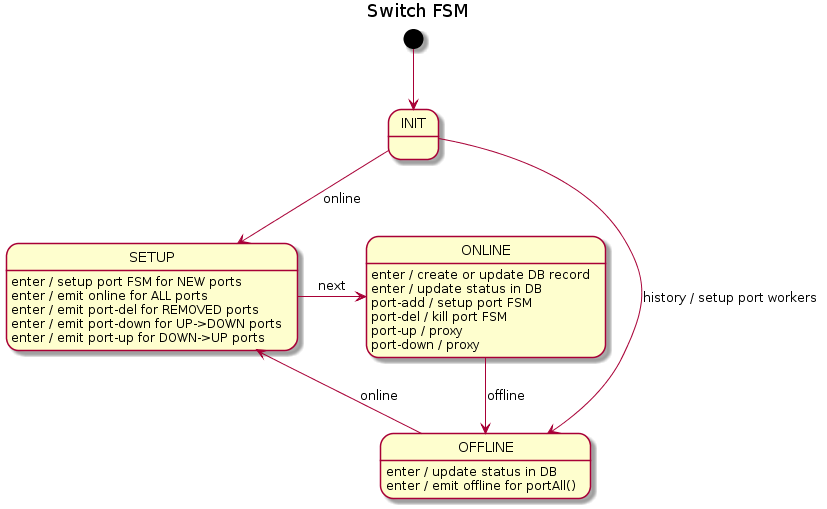
This is docs/design/network-discovery/switch-FSM.png from telstra/open-kilda, a PlantUML export, as it was before one commit.
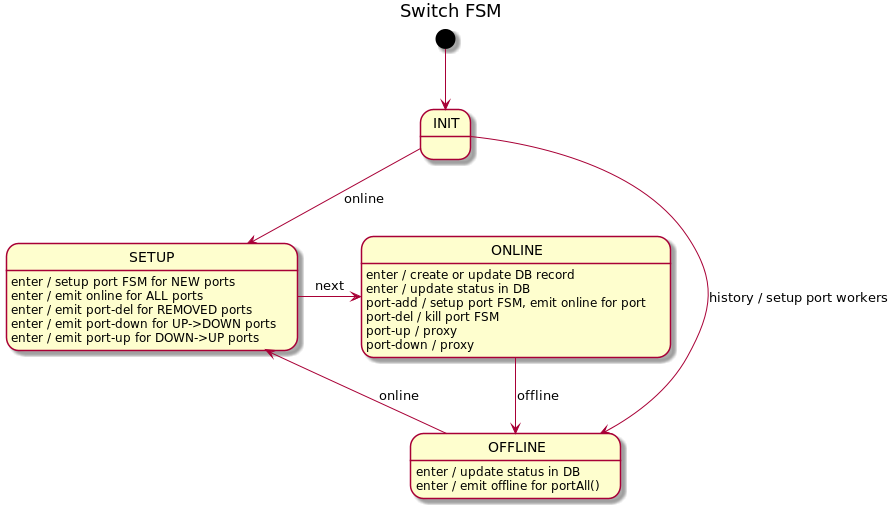
The same diagram one commit later.

The edit, as a diff of the source:
```diff
@@ -15,7 +15,7 @@
 
 ONLINE : enter / create or update DB record
 ONLINE : enter / update status in DB
-ONLINE : port-add / setup port FSM
+ONLINE : port-add / setup port FSM, emit online for port
 ONLINE : port-del / kill port FSM
 ONLINE : port-up / proxy
 ONLINE : port-down / proxy
```
